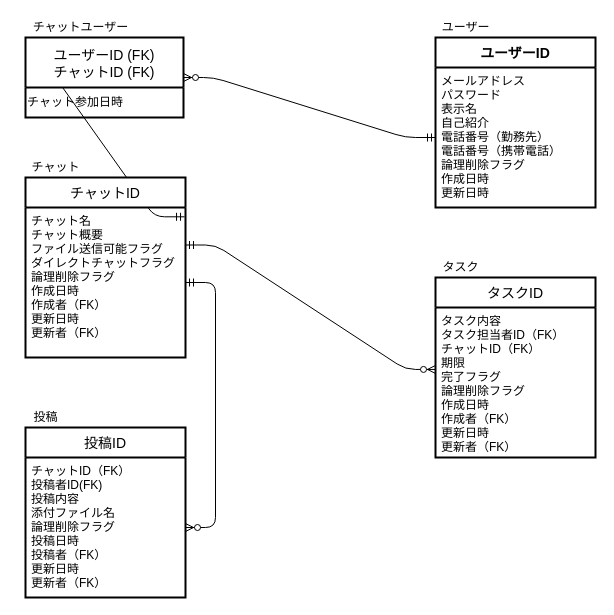
Before: db/db-challenge1/db-challenge1.drawio in labotinc/quelcode-db, a draw.io diagram. Source tidied: cells renumbered, new cells numbered last; positions are measured from the earlier drawing's top-left corner, leaving out a move shared by most shapes. Both pictures are drawn from the tidied source at 100%, with x=0, y=0 at pixel (25, 17).
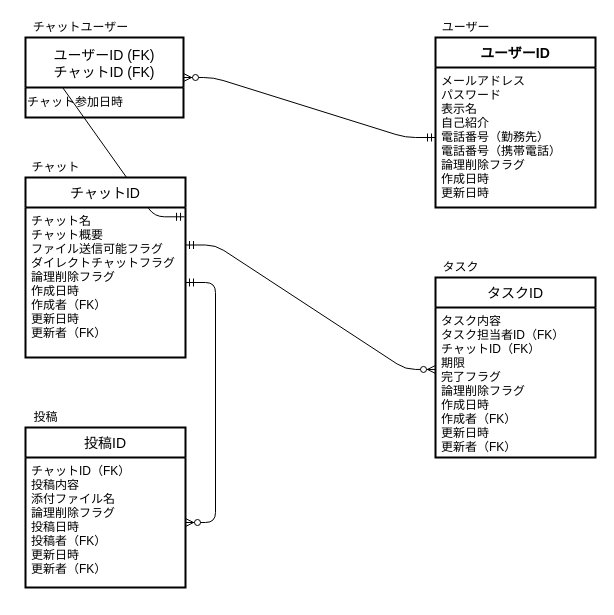
After the change.

Commit message:
投稿エンティティの投稿者IDの削除

Diff of the diagram source:
```diff
@@
     <mxCell id="15" value="投稿ID" style="swimlane;horizontal=1;startSize=30;rounded=1;fontSize=14;fontStyle=0;strokeWidth=2;shadow=0;dashed=0;align=center;arcSize=0;" parent="1" vertex="1">
-      <mxGeometry y="410" width="160" height="170" as="geometry" />
+      <mxGeometry y="410" width="160" height="160" as="geometry" />
     </mxCell>
-    <mxCell id="16" value="チャットID（FK）&#10;投稿者ID(FK)&#10;投稿内容&#10;添付ファイル名&#10;論理削除フラグ&#10;投稿日時&#10;投稿者（FK）&#10;更新日時&#10;更新者（FK）" style="align=left;strokeColor=none;fillColor=none;spacingLeft=4;fontSize=12;verticalAlign=top;" parent="15" vertex="1">
-      <mxGeometry y="30" width="160" height="140" as="geometry" />
+    <mxCell id="16" value="チャットID（FK）&#10;投稿内容&#10;添付ファイル名&#10;論理削除フラグ&#10;投稿日時&#10;投稿者（FK）&#10;更新日時&#10;更新者（FK）" style="align=left;strokeColor=none;fillColor=none;spacingLeft=4;fontSize=12;verticalAlign=top;" parent="15" vertex="1">
+      <mxGeometry y="30" width="160" height="130" as="geometry" />
     </mxCell>
```
